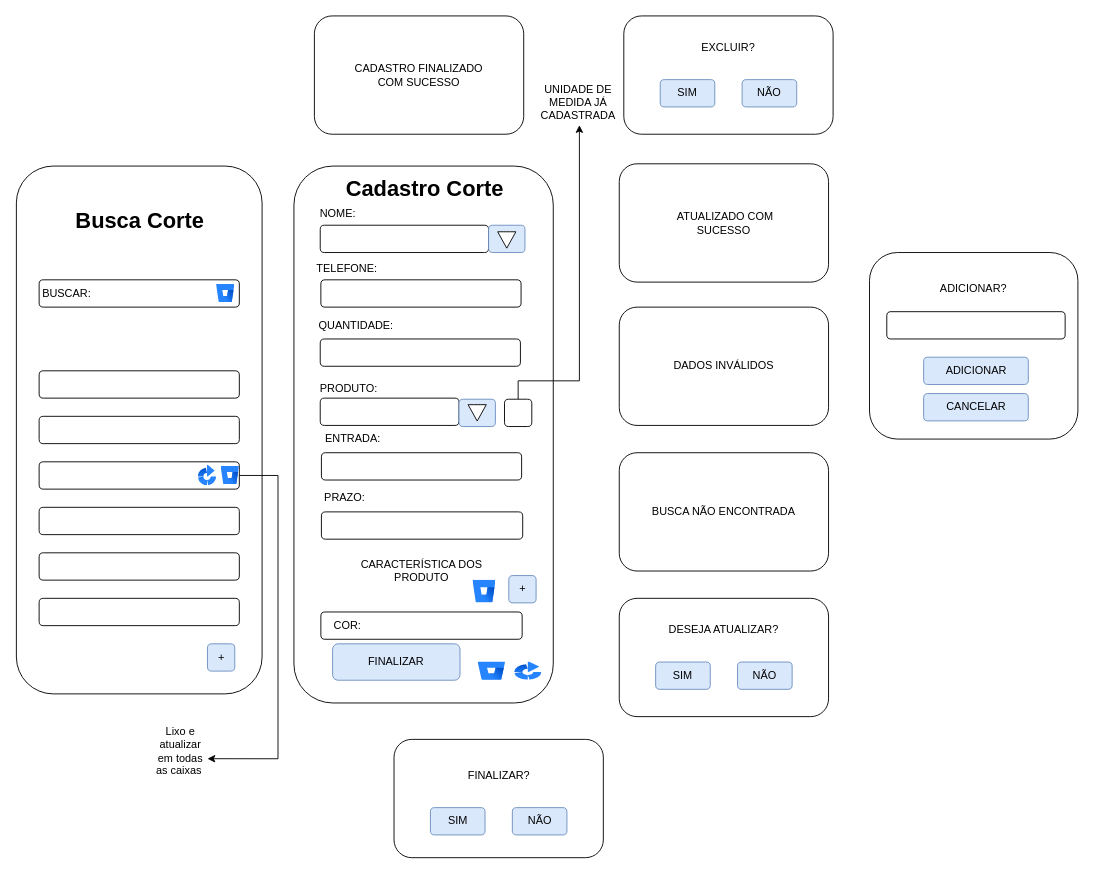
Before: page "Página-8" (8 of 13) of DOC/tela.drawio in juliareis14/avatar.app, a draw.io diagram. Source tidied: cells renumbered, new cells numbered last; positions are measured from the earlier drawing's top-left corner, leaving out a move shared by most shapes. Both pictures are drawn from the tidied source at 91%, with x=0, y=0 at pixel (15, 15).
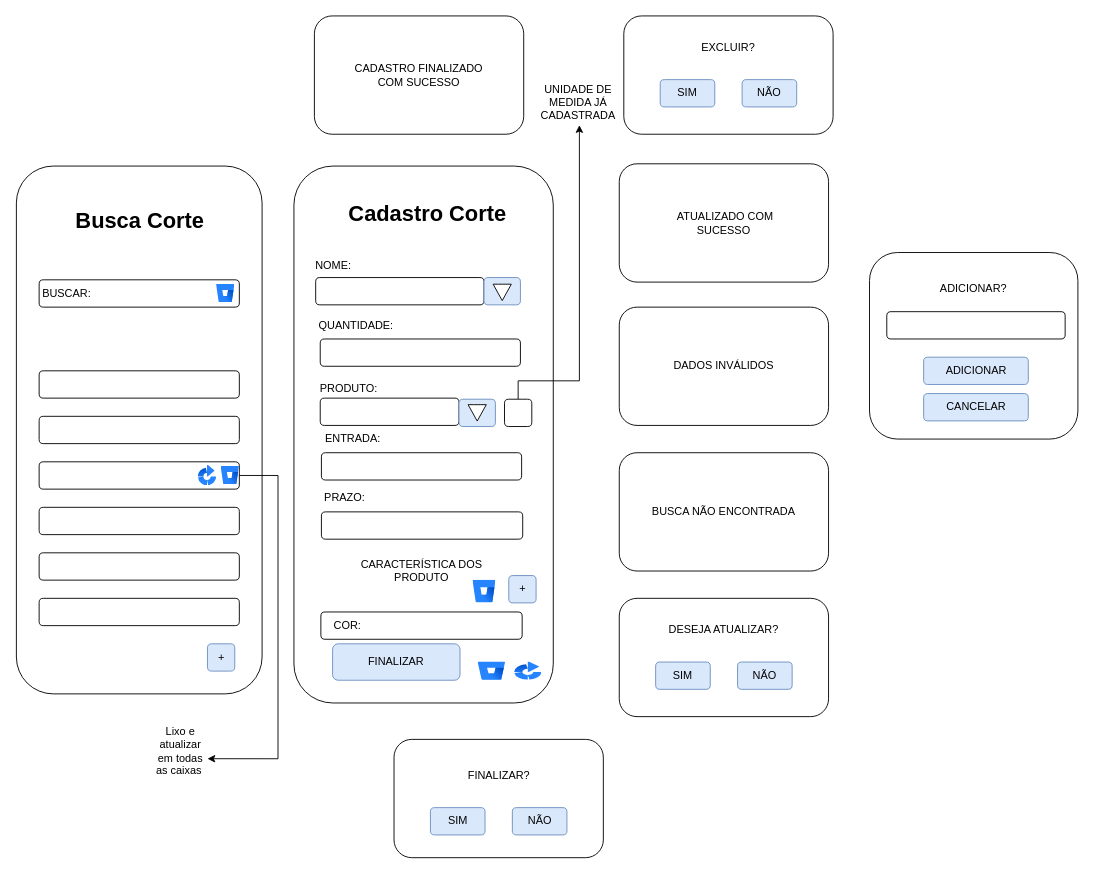
The same diagram, later.

What changed in the source:
```diff
@@
     <mxCell id="3" value="Cadastro Corte" style="text;strokeColor=none;fillColor=none;html=1;fontSize=24;fontStyle=1;verticalAlign=middle;align=center;" parent="1" vertex="1">
-      <mxGeometry x="399.4" y="170" width="100" height="40" as="geometry" />
+      <mxGeometry x="401.9" y="197.5" width="100" height="40" as="geometry" />
     </mxCell>
     <mxCell id="4" style="rounded=1;whiteSpace=wrap;html=1;" parent="1" vertex="1">
-      <mxGeometry x="334.4" y="230" width="185" height="30" as="geometry" />
+      <mxGeometry x="329.4" y="287.5" width="185" height="30" as="geometry" />
     </mxCell>
@@
     <mxCell id="7" value="NOME:" style="text;html=1;align=center;verticalAlign=middle;whiteSpace=wrap;rounded=0;" parent="1" vertex="1">
-      <mxGeometry x="323.7" y="202.5" width="60" height="30" as="geometry" />
+      <mxGeometry x="318.7" y="260" width="60" height="30" as="geometry" />
     </mxCell>
@@
     <mxCell id="50" style="rounded=1;whiteSpace=wrap;html=1;fillColor=#dae8fc;strokeColor=#6c8ebf;" parent="1" vertex="1">
-      <mxGeometry x="519.4" y="230" width="40" height="30" as="geometry" />
+      <mxGeometry x="514.4" y="287.5" width="40" height="30" as="geometry" />
     </mxCell>
     <mxCell id="51" style="html=1;shadow=0;dashed=0;align=center;verticalAlign=middle;shape=mxgraph.arrows2.arrow;dy=0.6;dx=40;direction=south;notch=0;" parent="1" vertex="1">
-      <mxGeometry x="529.4" y="237.2" width="20" height="18" as="geometry" />
+      <mxGeometry x="524.4" y="294.8" width="20" height="18" as="geometry" />
     </mxCell>
@@
-    <mxCell id="68" value="TELEFONE:" style="text;html=1;align=center;verticalAlign=middle;whiteSpace=wrap;rounded=0;" parent="1" vertex="1">
-      <mxGeometry x="323.9" y="262.5" width="80" height="30" as="geometry" />
-    </mxCell>
-    <mxCell id="69" style="rounded=1;whiteSpace=wrap;html=1;" parent="1" vertex="1">
-      <mxGeometry x="335.1" y="290" width="220" height="30" as="geometry" />
-    </mxCell>
```
